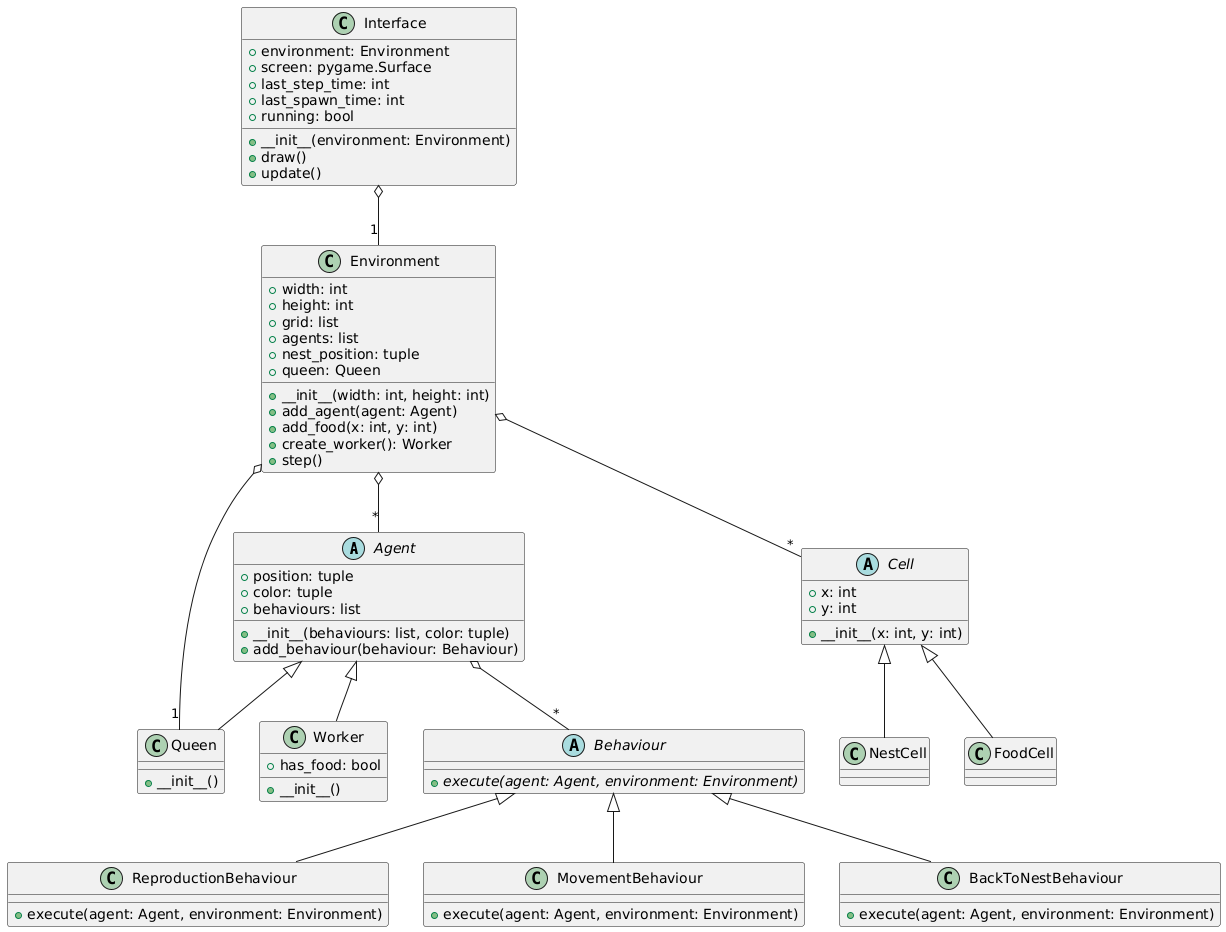
Above: class-diagram.png in ChakerYaakoub/Multi-Agent-System (PlantUML), before the change.
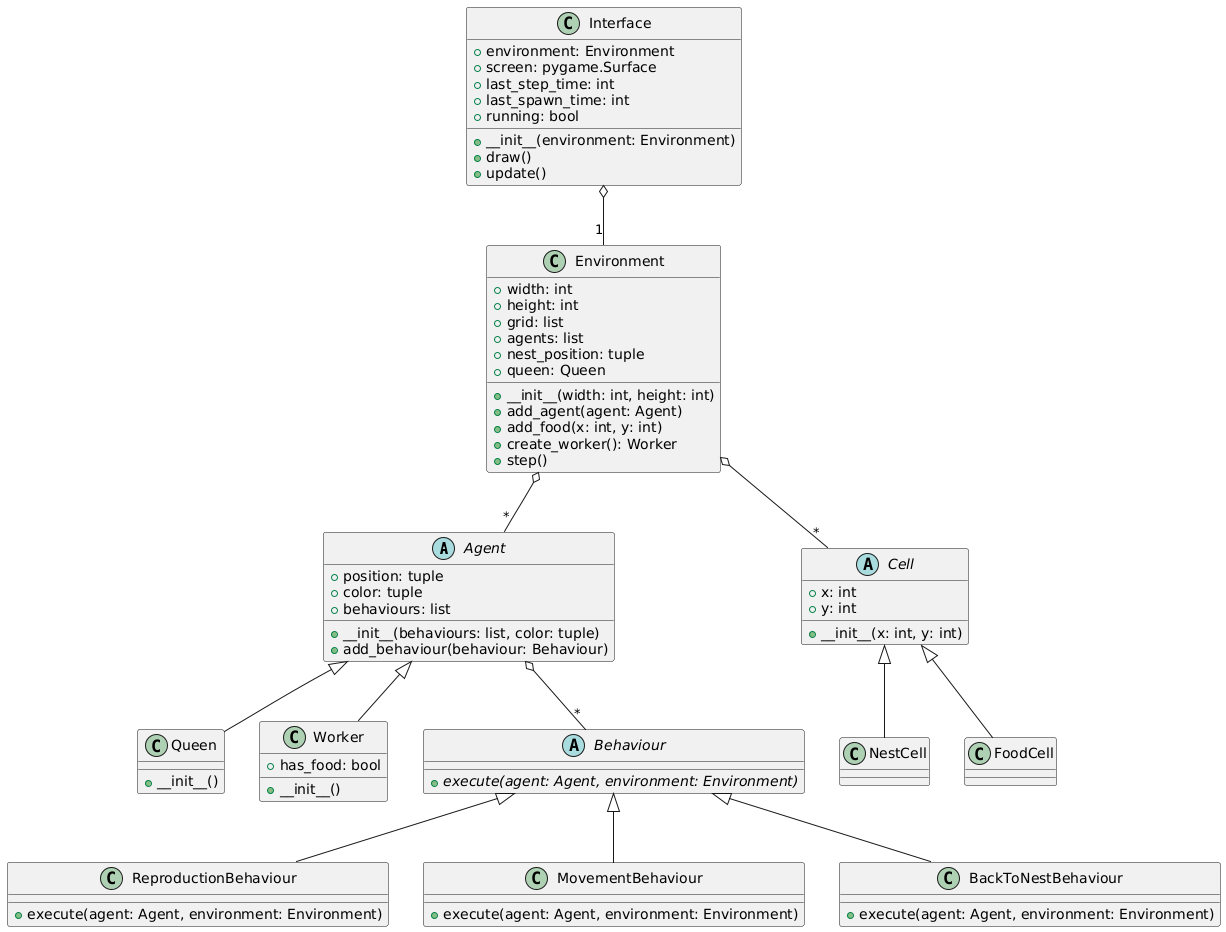
After the commit.

Change to the diagram source:
```diff
@@ -82,7 +82,7 @@
 
 Environment o-- "*" Agent
 Environment o-- "*" Cell
-Environment o-- "1" Queen
+
 
 Interface o-- "1" Environment
 @enduml
```
